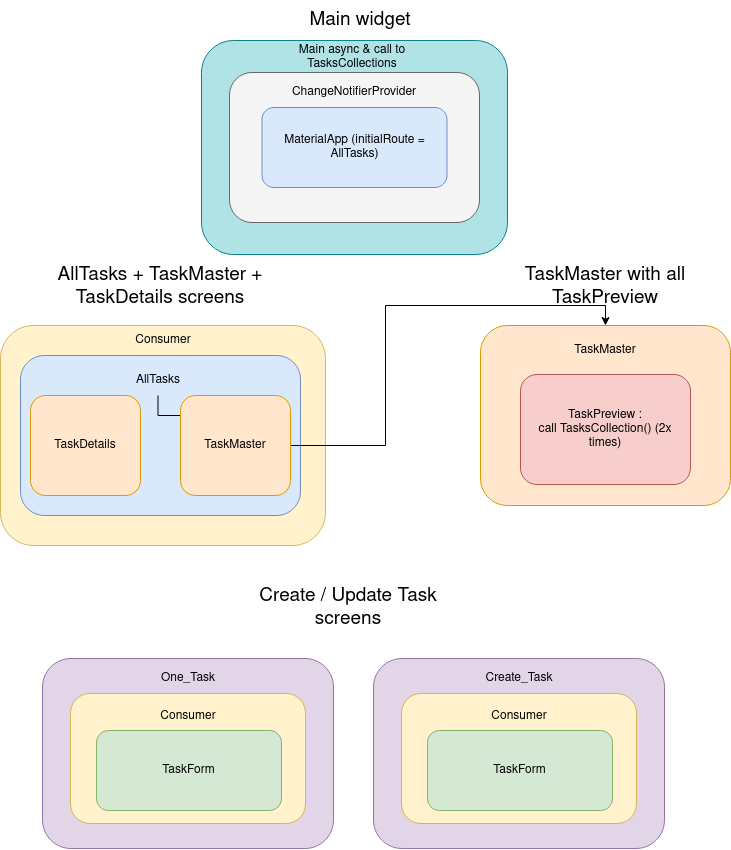
sebastienklaus/flutter_ToDoList keeps this draw.io diagram as TodoList tree.drawio.png. Above is the earlier version. Source tidied: cells renumbered, new cells last; positions are measured from the earlier drawing's top-left corner, leaving out a move shared by most shapes.
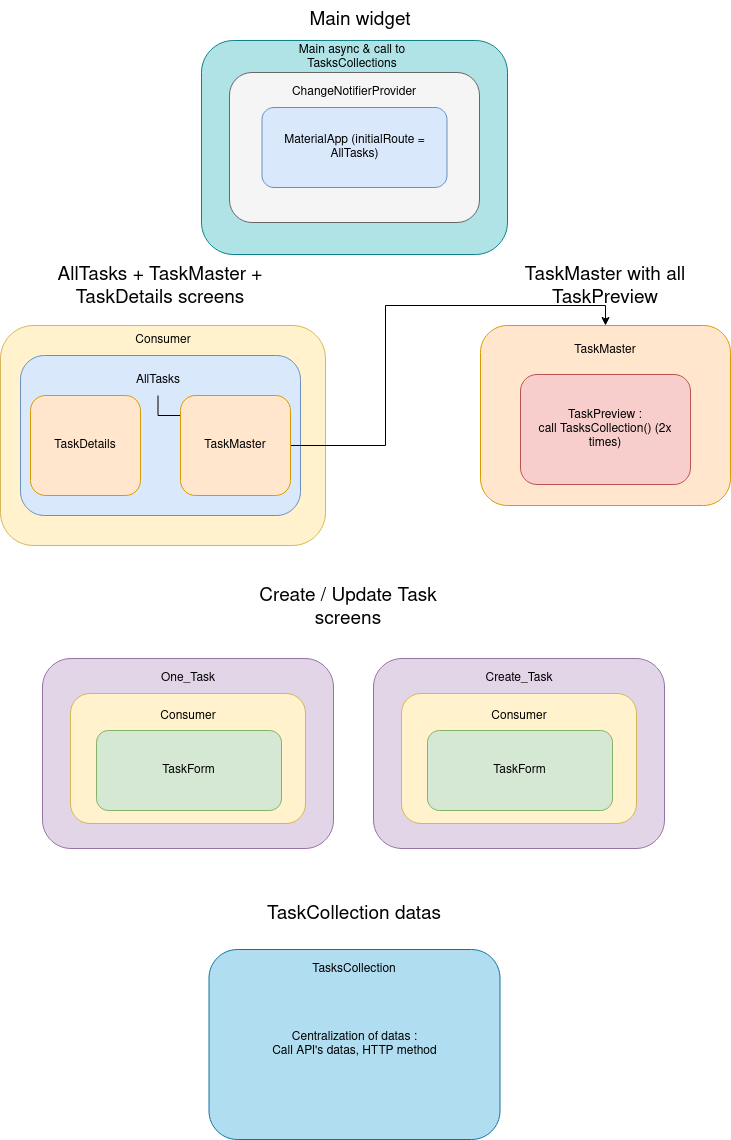
The same diagram one commit later.

Change to the diagram source:
```diff
@@ -92,5 +92,14 @@
     <mxCell id="31" value="&lt;font style=&quot;font-size: 19px&quot;&gt;Main widget&lt;br&gt;&lt;/font&gt;" style="text;html=1;strokeColor=none;fillColor=none;align=center;verticalAlign=middle;whiteSpace=wrap;rounded=0;" parent="1" vertex="1">
       <mxGeometry x="255" width="210" height="40" as="geometry" />
     </mxCell>
+    <mxCell id="32" value="&lt;div&gt;Centralization of datas :&lt;br&gt;&lt;/div&gt;&lt;div&gt;Call API's datas, HTTP method&lt;/div&gt;" style="rounded=1;whiteSpace=wrap;html=1;fillColor=#b1ddf0;strokeColor=#10739e;" parent="1" vertex="1">
+      <mxGeometry x="208.5" y="949" width="291" height="190" as="geometry" />
+    </mxCell>
+    <mxCell id="33" value="TasksCollection" style="text;html=1;strokeColor=none;fillColor=none;align=center;verticalAlign=middle;whiteSpace=wrap;rounded=0;" parent="1" vertex="1">
+      <mxGeometry x="274" y="954" width="160" height="30" as="geometry" />
+    </mxCell>
+    <mxCell id="34" value="&lt;font style=&quot;font-size: 19px&quot;&gt;TaskCollection datas&lt;br&gt;&lt;/font&gt;" style="text;html=1;strokeColor=none;fillColor=none;align=center;verticalAlign=middle;whiteSpace=wrap;rounded=0;" parent="1" vertex="1">
+      <mxGeometry x="249" y="894" width="210" height="40" as="geometry" />
+    </mxCell>
   </root>
 </mxGraphModel>
```
